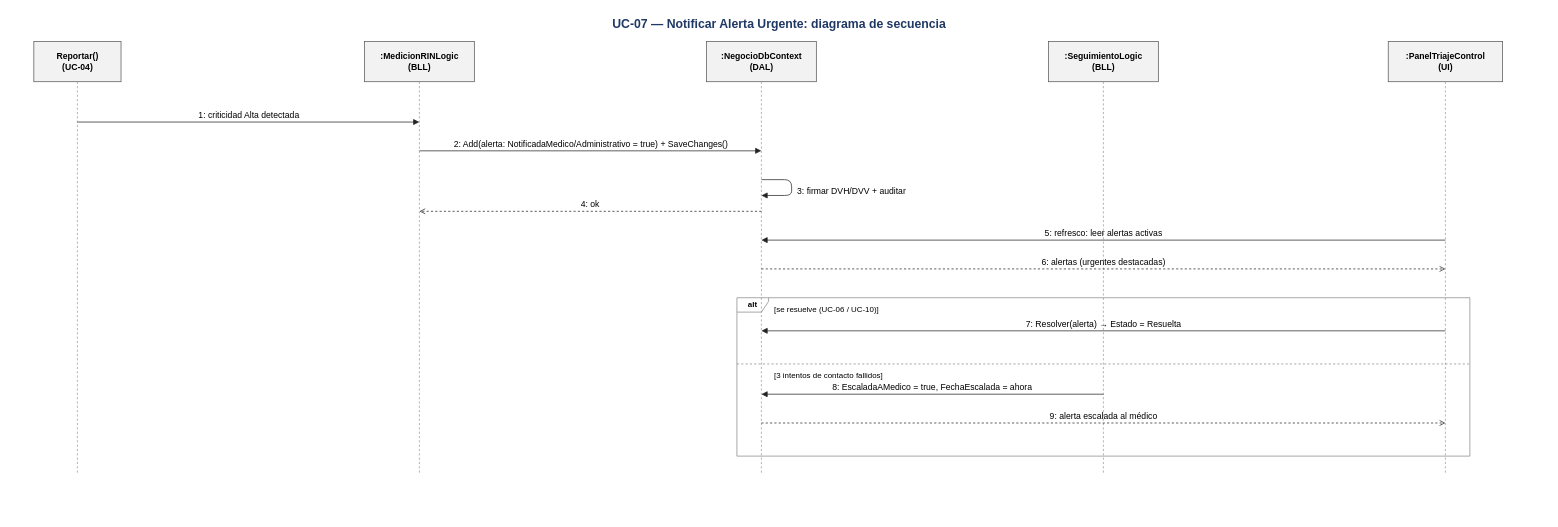
DanteSchlogl/OpenRIN-corregido keeps this draw.io diagram as Diagramas/UC-07/UC-07 - Secuencia.drawio. Above is the earlier version. Source tidied: cells renumbered, new cells numbered last; positions are measured from the earlier drawing's top-left corner, leaving out a move shared by most shapes. Both pictures are drawn from the tidied source at 72%, with x=0, y=0 at pixel (12, 12).
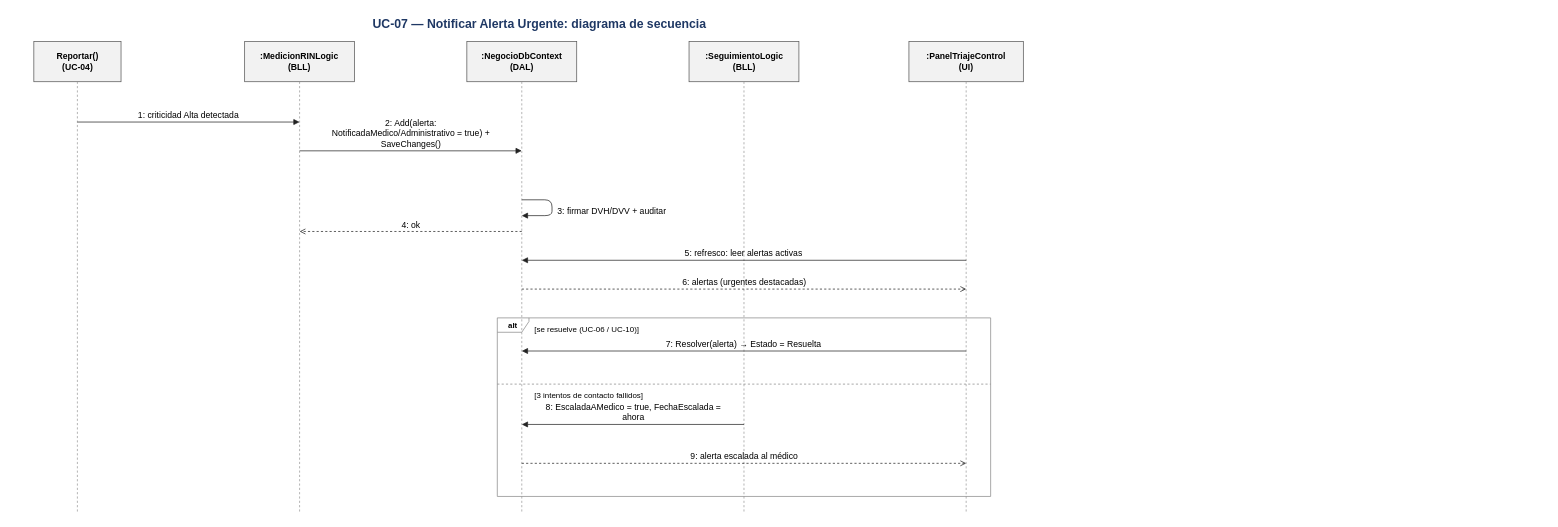
The same diagram, later.

Change to the diagram source:
```diff
@@
     <mxCell id="2" value="UC-07 — Notificar Alerta Urgente: diagrama de secuencia" style="text;html=1;strokeColor=none;fillColor=none;fontFamily=Arial;whiteSpace=nowrap;fontSize=17;fontStyle=1;fontColor=#1F3864;align=center;whiteSpace=wrap;" parent="1" vertex="1">
-      <mxGeometry width="2130" height="28" as="geometry" />
+      <mxGeometry width="1464.4" height="28" as="geometry" />
     </mxCell>
@@
     <mxCell id="4" style="endArrow=none;dashed=1;strokeColor=#999999;html=1;" parent="1" edge="1">
       <mxGeometry relative="1" as="geometry">
         <mxPoint x="90" y="96" as="sourcePoint" />
-        <mxPoint x="90" y="640" as="targetPoint" />
+        <mxPoint x="90" y="696" as="targetPoint" />
       </mxGeometry>
     </mxCell>
     <mxCell id="5" value=":MedicionRINLogic&lt;br/&gt;(BLL)" style="rounded=0;whiteSpace=wrap;html=1;fillColor=#F2F2F2;strokeColor=#555555;fontFamily=Arial;fontSize=12;fontStyle=1;" parent="1" vertex="1">
-      <mxGeometry x="488.7" y="40" width="152.6" height="56" as="geometry" />
+      <mxGeometry x="322.3" y="40" width="152.6" height="56" as="geometry" />
     </mxCell>
     <mxCell id="6" style="endArrow=none;dashed=1;strokeColor=#999999;html=1;" parent="1" edge="1">
       <mxGeometry relative="1" as="geometry">
-        <mxPoint x="565" y="96" as="sourcePoint" />
-        <mxPoint x="565" y="640" as="targetPoint" />
+        <mxPoint x="398.6" y="96" as="sourcePoint" />
+        <mxPoint x="398.6" y="696" as="targetPoint" />
       </mxGeometry>
     </mxCell>
     <mxCell id="7" value=":NegocioDbContext&lt;br/&gt;(DAL)" style="rounded=0;whiteSpace=wrap;html=1;fillColor=#F2F2F2;strokeColor=#555555;fontFamily=Arial;fontSize=12;fontStyle=1;" parent="1" vertex="1">
-      <mxGeometry x="963.7" y="40" width="152.6" height="56" as="geometry" />
+      <mxGeometry x="630.9" y="40" width="152.6" height="56" as="geometry" />
     </mxCell>
     <mxCell id="8" style="endArrow=none;dashed=1;strokeColor=#999999;html=1;" parent="1" edge="1">
       <mxGeometry relative="1" as="geometry">
-        <mxPoint x="1040" y="96" as="sourcePoint" />
-        <mxPoint x="1040" y="640" as="targetPoint" />
+        <mxPoint x="707.2" y="96" as="sourcePoint" />
+        <mxPoint x="707.2" y="696" as="targetPoint" />
       </mxGeometry>
     </mxCell>
     <mxCell id="9" value=":SeguimientoLogic&lt;br/&gt;(BLL)" style="rounded=0;whiteSpace=wrap;html=1;fillColor=#F2F2F2;strokeColor=#555555;fontFamily=Arial;fontSize=12;fontStyle=1;" parent="1" vertex="1">
-      <mxGeometry x="1438.7" y="40" width="152.6" height="56" as="geometry" />
+      <mxGeometry x="939.5" y="40" width="152.6" height="56" as="geometry" />
     </mxCell>
     <mxCell id="10" style="endArrow=none;dashed=1;strokeColor=#999999;html=1;" parent="1" edge="1">
       <mxGeometry relative="1" as="geometry">
-        <mxPoint x="1515" y="96" as="sourcePoint" />
-        <mxPoint x="1515" y="640" as="targetPoint" />
+        <mxPoint x="1015.8" y="96" as="sourcePoint" />
+        <mxPoint x="1015.8" y="696" as="targetPoint" />
       </mxGeometry>
     </mxCell>
     <mxCell id="11" value=":PanelTriajeControl&lt;br/&gt;(UI)" style="rounded=0;whiteSpace=wrap;html=1;fillColor=#F2F2F2;strokeColor=#555555;fontFamily=Arial;fontSize=12;fontStyle=1;" parent="1" vertex="1">
-      <mxGeometry x="1910.6" y="40" width="158.9" height="56" as="geometry" />
+      <mxGeometry x="1244.9" y="40" width="158.9" height="56" as="geometry" />
     </mxCell>
     <mxCell id="12" style="endArrow=none;dashed=1;strokeColor=#999999;html=1;" parent="1" edge="1">
       <mxGeometry relative="1" as="geometry">
-        <mxPoint x="1990" y="96" as="sourcePoint" />
-        <mxPoint x="1990" y="640" as="targetPoint" />
+        <mxPoint x="1324.4" y="96" as="sourcePoint" />
+        <mxPoint x="1324.4" y="696" as="targetPoint" />
       </mxGeometry>
     </mxCell>
     <mxCell id="13" value="1: criticidad Alta detectada" style="html=1;edgeStyle=none;strokeColor=#222222;fontFamily=Arial;fontSize=12;verticalLabelPosition=top;verticalAlign=bottom;labelBackgroundColor=none;endArrow=block;endFill=1;" parent="1" edge="1">
       <mxGeometry relative="1" as="geometry">
         <mxPoint x="90" y="152" as="sourcePoint" />
-        <mxPoint x="565" y="152" as="targetPoint" />
+        <mxPoint x="398.6" y="152" as="targetPoint" />
       </mxGeometry>
     </mxCell>
-    <mxCell id="14" value="2: Add(alerta: NotificadaMedico/Administrativo = true) + SaveChanges()" style="html=1;edgeStyle=none;strokeColor=#222222;fontFamily=Arial;fontSize=12;verticalLabelPosition=top;verticalAlign=bottom;labelBackgroundColor=none;endArrow=block;endFill=1;" parent="1" edge="1">
+    <mxCell id="14" value="2: Add(alerta:&lt;br/&gt;NotificadaMedico/Administrativo = true) +&lt;br/&gt;SaveChanges()" style="html=1;edgeStyle=none;strokeColor=#222222;fontFamily=Arial;fontSize=12;verticalLabelPosition=top;verticalAlign=bottom;labelBackgroundColor=none;endArrow=block;endFill=1;" parent="1" edge="1">
       <mxGeometry relative="1" as="geometry">
-        <mxPoint x="565" y="192" as="sourcePoint" />
-        <mxPoint x="1040" y="192" as="targetPoint" />
+        <mxPoint x="398.6" y="192" as="sourcePoint" />
+        <mxPoint x="707.2" y="192" as="targetPoint" />
       </mxGeometry>
     </mxCell>
     <mxCell id="15" style="endArrow=block;endFill=1;html=1;edgeStyle=none;strokeColor=#222222;" parent="1" edge="1">
       <mxGeometry relative="1" as="geometry">
-        <mxPoint x="1040" y="232" as="sourcePoint" />
-        <mxPoint x="1040" y="254" as="targetPoint" />
+        <mxPoint x="707.2" y="260" as="sourcePoint" />
+        <mxPoint x="707.2" y="282" as="targetPoint" />
         <Array as="points">
-          <mxPoint x="1082" y="232" />
-          <mxPoint x="1082" y="254" />
+          <mxPoint x="749.2" y="260" />
+          <mxPoint x="749.2" y="282" />
         </Array>
       </mxGeometry>
     </mxCell>
     <mxCell id="16" value="3: firmar DVH/DVV + auditar" style="text;html=1;strokeColor=none;fillColor=none;fontFamily=Arial;whiteSpace=nowrap;fontSize=12;align=left;" parent="1" vertex="1">
-      <mxGeometry x="1088" y="234" width="184.1" height="18" as="geometry" />
+      <mxGeometry x="755.2" y="262" width="280" height="18" as="geometry" />
     </mxCell>
     <mxCell id="17" value="4: ok" style="html=1;edgeStyle=none;strokeColor=#222222;fontFamily=Arial;fontSize=12;verticalLabelPosition=top;verticalAlign=bottom;labelBackgroundColor=none;endArrow=open;endFill=0;dashed=1;" parent="1" edge="1">
       <mxGeometry relative="1" as="geometry">
-        <mxPoint x="1040" y="276" as="sourcePoint" />
-        <mxPoint x="565" y="276" as="targetPoint" />
+        <mxPoint x="707.2" y="304" as="sourcePoint" />
+        <mxPoint x="398.6" y="304" as="targetPoint" />
       </mxGeometry>
     </mxCell>
     <mxCell id="18" value="5: refresco: leer alertas activas" style="html=1;edgeStyle=none;strokeColor=#222222;fontFamily=Arial;fontSize=12;verticalLabelPosition=top;verticalAlign=bottom;labelBackgroundColor=none;endArrow=block;endFill=1;" parent="1" edge="1">
       <mxGeometry relative="1" as="geometry">
-        <mxPoint x="1990" y="316" as="sourcePoint" />
-        <mxPoint x="1040" y="316" as="targetPoint" />
+        <mxPoint x="1324.4" y="344" as="sourcePoint" />
+        <mxPoint x="707.2" y="344" as="targetPoint" />
       </mxGeometry>
     </mxCell>
     <mxCell id="19" value="6: alertas (urgentes destacadas)" style="html=1;edgeStyle=none;strokeColor=#222222;fontFamily=Arial;fontSize=12;verticalLabelPosition=top;verticalAlign=bottom;labelBackgroundColor=none;endArrow=open;endFill=0;dashed=1;" parent="1" edge="1">
       <mxGeometry relative="1" as="geometry">
-        <mxPoint x="1040" y="356" as="sourcePoint" />
-        <mxPoint x="1990" y="356" as="targetPoint" />
+        <mxPoint x="707.2" y="384" as="sourcePoint" />
+        <mxPoint x="1324.4" y="384" as="targetPoint" />
       </mxGeometry>
     </mxCell>
     <mxCell id="20" value="7: Resolver(alerta) → Estado = Resuelta" style="html=1;edgeStyle=none;strokeColor=#222222;fontFamily=Arial;fontSize=12;verticalLabelPosition=top;verticalAlign=bottom;labelBackgroundColor=none;endArrow=block;endFill=1;" parent="1" edge="1">
       <mxGeometry relative="1" as="geometry">
-        <mxPoint x="1990" y="442" as="sourcePoint" />
-        <mxPoint x="1040" y="442" as="targetPoint" />
+        <mxPoint x="1324.4" y="470" as="sourcePoint" />
+        <mxPoint x="707.2" y="470" as="targetPoint" />
       </mxGeometry>
     </mxCell>
-    <mxCell id="21" value="8: EscaladaAMedico = true, FechaEscalada = ahora" style="html=1;edgeStyle=none;strokeColor=#222222;fontFamily=Arial;fontSize=12;verticalLabelPosition=top;verticalAlign=bottom;labelBackgroundColor=none;endArrow=block;endFill=1;" parent="1" edge="1">
+    <mxCell id="21" value="8: EscaladaAMedico = true, FechaEscalada =&lt;br/&gt;ahora" style="html=1;edgeStyle=none;strokeColor=#222222;fontFamily=Arial;fontSize=12;verticalLabelPosition=top;verticalAlign=bottom;labelBackgroundColor=none;endArrow=block;endFill=1;" parent="1" edge="1">
       <mxGeometry relative="1" as="geometry">
-        <mxPoint x="1515" y="530" as="sourcePoint" />
-        <mxPoint x="1040" y="530" as="targetPoint" />
+        <mxPoint x="1015.8" y="572" as="sourcePoint" />
+        <mxPoint x="707.2" y="572" as="targetPoint" />
       </mxGeometry>
     </mxCell>
     <mxCell id="22" value="9: alerta escalada al médico" style="html=1;edgeStyle=none;strokeColor=#222222;fontFamily=Arial;fontSize=12;verticalLabelPosition=top;verticalAlign=bottom;labelBackgroundColor=none;endArrow=open;endFill=0;dashed=1;" parent="1" edge="1">
       <mxGeometry relative="1" as="geometry">
-        <mxPoint x="1040" y="570" as="sourcePoint" />
-        <mxPoint x="1990" y="570" as="targetPoint" />
+        <mxPoint x="707.2" y="626" as="sourcePoint" />
+        <mxPoint x="1324.4" y="626" as="targetPoint" />
       </mxGeometry>
     </mxCell>
     <mxCell id="23" value="alt" style="shape=umlFrame;whiteSpace=wrap;html=1;width=44;height=20;fillColor=none;strokeColor=#888888;fontFamily=Arial;fontSize=11;fontStyle=1;" parent="1" vertex="1">
-      <mxGeometry x="1006" y="396" width="1018" height="220" as="geometry" />
+      <mxGeometry x="673.2" y="424" width="685.2" height="248" as="geometry" />
     </mxCell>
     <mxCell id="24" value="[se resuelve (UC-06 / UC-10)]" style="text;html=1;strokeColor=none;fillColor=none;fontFamily=Arial;whiteSpace=nowrap;fontSize=11;align=left;" parent="1" vertex="1">
-      <mxGeometry x="1056" y="399" width="204.1" height="18" as="geometry" />
+      <mxGeometry x="723.2" y="427" width="204.1" height="18" as="geometry" />
     </mxCell>
     <mxCell id="25" style="endArrow=none;dashed=1;strokeColor=#888888;html=1;" parent="1" edge="1">
       <mxGeometry relative="1" as="geometry">
-        <mxPoint x="1006" y="488" as="sourcePoint" />
-        <mxPoint x="2024" y="488" as="targetPoint" />
+        <mxPoint x="673.2" y="516" as="sourcePoint" />
+        <mxPoint x="1358.4" y="516" as="targetPoint" />
       </mxGeometry>
     </mxCell>
     <mxCell id="26" value="[3 intentos de contacto fallidos]" style="text;html=1;strokeColor=none;fillColor=none;fontFamily=Arial;whiteSpace=nowrap;fontSize=11;align=left;" parent="1" vertex="1">
-      <mxGeometry x="1056" y="491" width="229.3" height="18" as="geometry" />
+      <mxGeometry x="723.2" y="519" width="229.3" height="18" as="geometry" />
     </mxCell>
```
